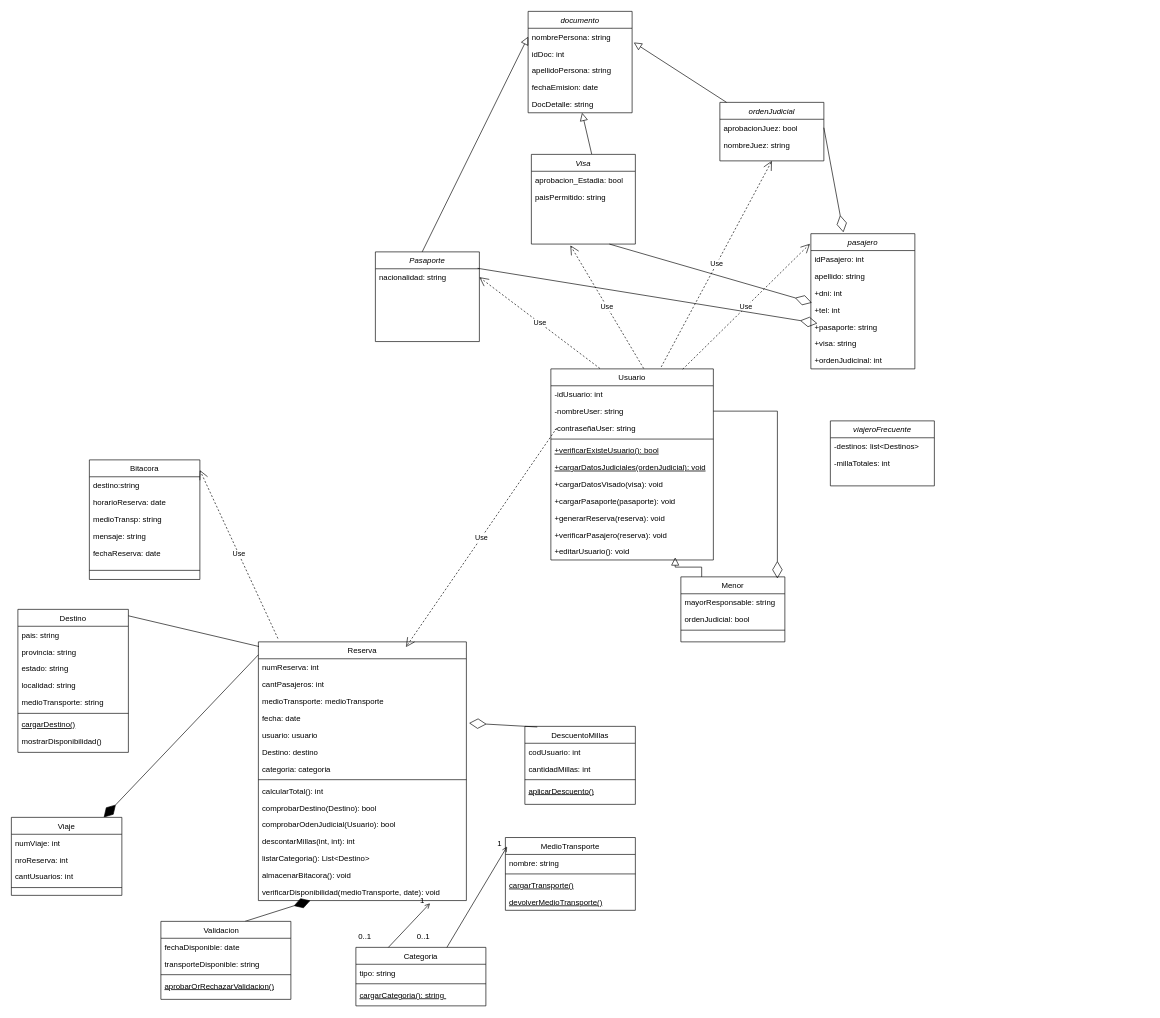
The draw.io diagram diagrama clases examen AyDSII.drawio in phoenix1179/BD, before the edit. Source tidied: cells renumbered, new cells numbered last; positions are measured from the earlier drawing's top-left corner, leaving out a move shared by most shapes. Both pictures are drawn from the tidied source at 65%, with x=0, y=0 at pixel (11, 11).
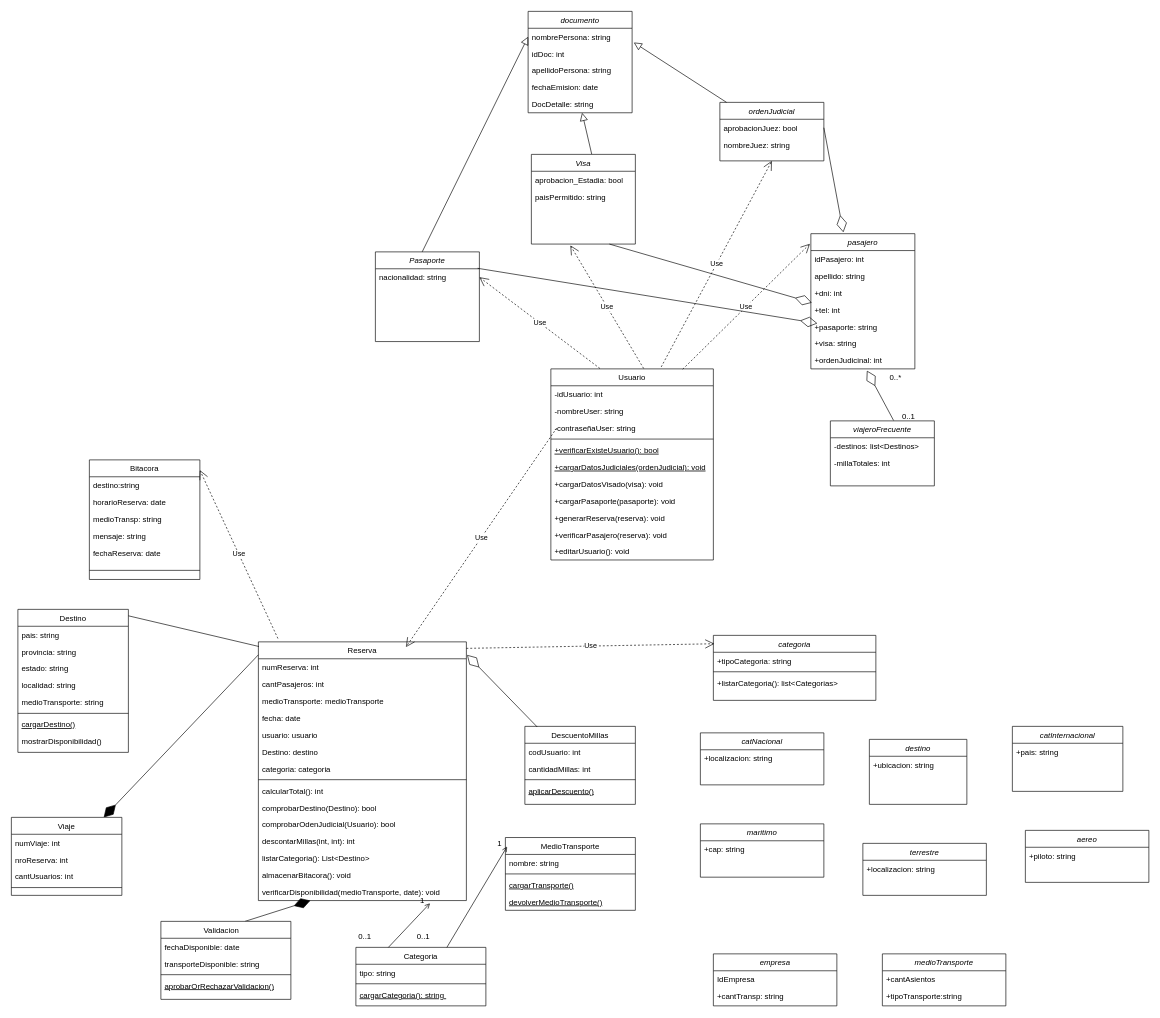
The same page after the edit.

The change refers to these unchanged cells:
```xml
<mxCell id="6" value="-nombreUser: string" style="text;align=left;verticalAlign=top;spacingLeft=4;spacingRight=4;overflow=hidden;points=[[0,0.5],[1,0.5]];portConstraint=eastwest;" parent="4" vertex="1">
  <mxGeometry y="52" width="250" height="26" as="geometry" />
</mxCell>
<mxCell id="15" value="+editarUsuario(): void" style="text;align=left;verticalAlign=top;spacingLeft=4;spacingRight=4;overflow=hidden;points=[[0,0.5],[1,0.5]];portConstraint=eastwest;" parent="4" vertex="1">
  <mxGeometry y="268" width="250" height="26" as="geometry" />
</mxCell>
<mxCell id="24" value="fecha: date" style="text;align=left;verticalAlign=top;spacingLeft=4;spacingRight=4;overflow=hidden;points=[[0,0.5],[1,0.5]];portConstraint=eastwest;rounded=0;shadow=0;html=0;" parent="20" vertex="1">
  <mxGeometry y="104" width="320" height="26" as="geometry" />
</mxCell>
<mxCell id="61" value="DescuentoMillas" style="swimlane;fontStyle=0;align=center;verticalAlign=top;horizontal=1;startSize=26;rounded=0;shadow=0;strokeWidth=1;" parent="1" vertex="1">
  <mxGeometry x="790" y="1100" width="170" height="120" as="geometry" />
</mxCell>
<mxCell id="115" value="+ordenJudicinal: int " style="text;align=left;verticalAlign=top;spacingLeft=4;spacingRight=4;overflow=hidden;points=[[0,0.5],[1,0.5]];portConstraint=eastwest;" parent="108" vertex="1">
  <mxGeometry y="182" width="160" height="26" as="geometry" />
</mxCell>
<mxCell id="120" value="viajeroFrecuente" style="swimlane;fontStyle=2;align=center;verticalAlign=top;horizontal=1;startSize=26;rounded=0;shadow=0;strokeWidth=1;" parent="1" vertex="1">
  <mxGeometry x="1260" y="630" width="160" height="100" as="geometry" />
</mxCell>
```

What changed in the source:
```diff
@@
-    <mxCell id="16" value="Menor" style="swimlane;fontStyle=0;align=center;verticalAlign=top;horizontal=1;startSize=26;rounded=0;shadow=0;strokeWidth=1;" parent="1" vertex="1">
-      <mxGeometry x="1030" y="870" width="160" height="100" as="geometry" />
-    </mxCell>
-    <mxCell id="17" value="mayorResponsable: string" style="text;align=left;verticalAlign=top;spacingLeft=4;spacingRight=4;overflow=hidden;" parent="16" vertex="1">
-      <mxGeometry y="26" width="160" height="26" as="geometry" />
-    </mxCell>
-    <mxCell id="18" value="ordenJudicial: bool" style="text;align=left;verticalAlign=top;spacingLeft=4;spacingRight=4;overflow=hidden;" parent="16" vertex="1">
-      <mxGeometry y="52" width="160" height="26" as="geometry" />
-    </mxCell>
-    <mxCell id="19" style="line;html=1;strokeWidth=1;align=left;verticalAlign=middle;spacingTop=-1;spacingLeft=3;spacingRight=3;labelPosition=right;" parent="16" vertex="1">
-      <mxGeometry y="78" width="160" height="8" as="geometry" />
-    </mxCell>
@@
-    <mxCell id="36" style="endArrow=block;endSize=10;endFill=0;shadow=0;strokeWidth=1;rounded=0;edgeStyle=elbowEdgeStyle;elbow=vertical;exitX=0.2;exitY=0;exitDx=0;exitDy=0;exitPerimeter=0;entryX=0.765;entryY=0.846;entryDx=0;entryDy=0;entryPerimeter=0;" parent="1" edge="1" source="16" target="15">
-      <mxGeometry relative="1" as="geometry" />
-    </mxCell>
@@
-    <mxCell id="71" style="endArrow=diamondThin;endFill=0;endSize=24;html=1;rounded=0;entryX=1.013;entryY=0.808;entryDx=0;entryDy=0;entryPerimeter=0;exitX=0.112;exitY=0.008;exitDx=0;exitDy=0;exitPerimeter=0;" parent="1" edge="1" source="61" target="24">
-      <mxGeometry relative="1" as="geometry" />
+    <mxCell id="71" style="endArrow=diamondThin;endFill=0;endSize=24;html=1;rounded=0;exitX=0.112;exitY=0.008;exitDx=0;exitDy=0;exitPerimeter=0;" parent="1" edge="1" source="61">
+      <mxGeometry relative="1" as="geometry">
+        <mxPoint x="701" y="990" as="targetPoint" />
+      </mxGeometry>
     </mxCell>
-    <mxCell id="72" style="endArrow=diamondThin;endFill=0;endSize=24;html=1;rounded=0;entryX=0.928;entryY=0.025;entryDx=0;entryDy=0;entryPerimeter=0;exitX=1;exitY=0.5;exitDx=0;exitDy=0;edgeStyle=orthogonalEdgeStyle;" parent="1" edge="1" source="6" target="16">
-      <mxGeometry relative="1" as="geometry" />
-    </mxCell>
@@
+    <mxCell id="123" style="endArrow=diamondThin;endFill=0;endSize=24;html=1;rounded=0;entryX=0.539;entryY=1.105;entryDx=0;entryDy=0;entryPerimeter=0;exitX=0.608;exitY=-0.006;exitDx=0;exitDy=0;exitPerimeter=0;" parent="1" edge="1" source="120" target="115">
+      <mxGeometry relative="1" as="geometry" />
+    </mxCell>
+    <mxCell id="124" value="0..1" style="text;html=1;align=center;verticalAlign=middle;strokeColor=none;fillColor=none;" parent="1" vertex="1">
+      <mxGeometry x="1360" y="608" width="40" height="30" as="geometry" />
+    </mxCell>
+    <mxCell id="125" value="0..*" style="text;html=1;align=center;verticalAlign=middle;strokeColor=none;fillColor=none;" parent="1" vertex="1">
+      <mxGeometry x="1340" y="548" width="40" height="30" as="geometry" />
+    </mxCell>
+    <mxCell id="126" value="categoria" style="swimlane;fontStyle=2;align=center;verticalAlign=top;horizontal=1;startSize=26;rounded=0;shadow=0;strokeWidth=1;" parent="1" vertex="1">
+      <mxGeometry x="1080" y="960" width="250" height="100" as="geometry" />
+    </mxCell>
+    <mxCell id="127" value="+tipoCategoria: string" style="text;align=left;verticalAlign=top;spacingLeft=4;spacingRight=4;overflow=hidden;" parent="126" vertex="1">
+      <mxGeometry y="26" width="250" height="26" as="geometry" />
+    </mxCell>
+    <mxCell id="128" style="line;html=1;strokeWidth=1;align=left;verticalAlign=middle;spacingTop=-1;spacingLeft=3;spacingRight=3;labelPosition=right;" parent="126" vertex="1">
+      <mxGeometry y="52" width="250" height="8" as="geometry" />
+    </mxCell>
+    <mxCell id="129" value="+listarCategoria(): list&lt;Categorias&gt;" style="text;align=left;verticalAlign=top;spacingLeft=4;spacingRight=4;overflow=hidden;" parent="126" vertex="1">
+      <mxGeometry y="60" width="250" height="26" as="geometry" />
+    </mxCell>
+    <mxCell id="130" value="Use" style="endArrow=open;endSize=12;dashed=1;html=1;rounded=0;entryX=0.006;entryY=0.129;entryDx=0;entryDy=0;entryPerimeter=0;" parent="1" edge="1" target="126">
+      <mxGeometry relative="1" as="geometry">
+        <mxPoint x="700" y="980" as="sourcePoint" />
+      </mxGeometry>
+    </mxCell>
+    <mxCell id="131" value="catNacional" style="swimlane;fontStyle=2;align=center;verticalAlign=top;horizontal=1;startSize=26;rounded=0;shadow=0;strokeWidth=1;" parent="1" vertex="1">
+      <mxGeometry x="1060" y="1110" width="190" height="80" as="geometry" />
+    </mxCell>
+    <mxCell id="132" value="+localizacion: string" style="text;align=left;verticalAlign=top;spacingLeft=4;spacingRight=4;overflow=hidden;" parent="131" vertex="1">
+      <mxGeometry y="26" width="190" height="26" as="geometry" />
+    </mxCell>
+    <mxCell id="133" value="destino" style="swimlane;fontStyle=2;align=center;verticalAlign=top;horizontal=1;startSize=26;rounded=0;shadow=0;strokeWidth=1;" parent="1" vertex="1">
+      <mxGeometry x="1320" y="1120" width="150" height="100" as="geometry" />
+    </mxCell>
+    <mxCell id="134" value="+ubicacion: string" style="text;align=left;verticalAlign=top;spacingLeft=4;spacingRight=4;overflow=hidden;" parent="133" vertex="1">
+      <mxGeometry y="26" width="150" height="26" as="geometry" />
+    </mxCell>
+    <mxCell id="135" value="catInternacional" style="swimlane;fontStyle=2;align=center;verticalAlign=top;horizontal=1;startSize=26;rounded=0;shadow=0;strokeWidth=1;" parent="1" vertex="1">
+      <mxGeometry x="1540" y="1100" width="170" height="100" as="geometry" />
+    </mxCell>
+    <mxCell id="136" value="+pais: string" style="text;align=left;verticalAlign=top;spacingLeft=4;spacingRight=4;overflow=hidden;" parent="135" vertex="1">
+      <mxGeometry y="26" width="170" height="26" as="geometry" />
+    </mxCell>
+    <mxCell id="137" value="maritimo" style="swimlane;fontStyle=2;align=center;verticalAlign=top;horizontal=1;startSize=26;rounded=0;shadow=0;strokeWidth=1;" parent="1" vertex="1">
+      <mxGeometry x="1060" y="1250" width="190" height="82" as="geometry" />
+    </mxCell>
+    <mxCell id="138" value="+cap: string" style="text;align=left;verticalAlign=top;spacingLeft=4;spacingRight=4;overflow=hidden;" parent="137" vertex="1">
+      <mxGeometry y="26" width="190" height="26" as="geometry" />
+    </mxCell>
+    <mxCell id="139" value="terrestre" style="swimlane;fontStyle=2;align=center;verticalAlign=top;horizontal=1;startSize=26;rounded=0;shadow=0;strokeWidth=1;" parent="1" vertex="1">
+      <mxGeometry x="1310" y="1280" width="190" height="80" as="geometry" />
+    </mxCell>
+    <mxCell id="140" value="+localizacion: string" style="text;align=left;verticalAlign=top;spacingLeft=4;spacingRight=4;overflow=hidden;" parent="139" vertex="1">
+      <mxGeometry y="26" width="190" height="26" as="geometry" />
+    </mxCell>
+    <mxCell id="141" value="aereo" style="swimlane;fontStyle=2;align=center;verticalAlign=top;horizontal=1;startSize=26;rounded=0;shadow=0;strokeWidth=1;" parent="1" vertex="1">
+      <mxGeometry x="1560" y="1260" width="190" height="80" as="geometry" />
+    </mxCell>
+    <mxCell id="142" value="+piloto: string" style="text;align=left;verticalAlign=top;spacingLeft=4;spacingRight=4;overflow=hidden;" parent="141" vertex="1">
+      <mxGeometry y="26" width="190" height="26" as="geometry" />
+    </mxCell>
+    <mxCell id="143" value="medioTransporte" style="swimlane;fontStyle=2;align=center;verticalAlign=top;horizontal=1;startSize=26;rounded=0;shadow=0;strokeWidth=1;" parent="1" vertex="1">
+      <mxGeometry x="1340" y="1450" width="190" height="80" as="geometry" />
+    </mxCell>
+    <mxCell id="144" value="+cantAsientos" style="text;align=left;verticalAlign=top;spacingLeft=4;spacingRight=4;overflow=hidden;" parent="143" vertex="1">
+      <mxGeometry y="26" width="190" height="26" as="geometry" />
+    </mxCell>
+    <mxCell id="145" value="+tipoTransporte:string" style="text;align=left;verticalAlign=top;spacingLeft=4;spacingRight=4;overflow=hidden;" parent="143" vertex="1">
+      <mxGeometry y="52" width="190" height="26" as="geometry" />
+    </mxCell>
+    <mxCell id="146" value="empresa" style="swimlane;fontStyle=2;align=center;verticalAlign=top;horizontal=1;startSize=26;rounded=0;shadow=0;strokeWidth=1;" parent="1" vertex="1">
+      <mxGeometry x="1080" y="1450" width="190" height="80" as="geometry" />
+    </mxCell>
+    <mxCell id="147" value="IdEmpresa" style="text;align=left;verticalAlign=top;spacingLeft=4;spacingRight=4;overflow=hidden;" parent="146" vertex="1">
+      <mxGeometry y="26" width="190" height="26" as="geometry" />
+    </mxCell>
+    <mxCell id="148" value="+cantTransp: string" style="text;align=left;verticalAlign=top;spacingLeft=4;spacingRight=4;overflow=hidden;" parent="146" vertex="1">
+      <mxGeometry y="52" width="190" height="26" as="geometry" />
+    </mxCell>
```
